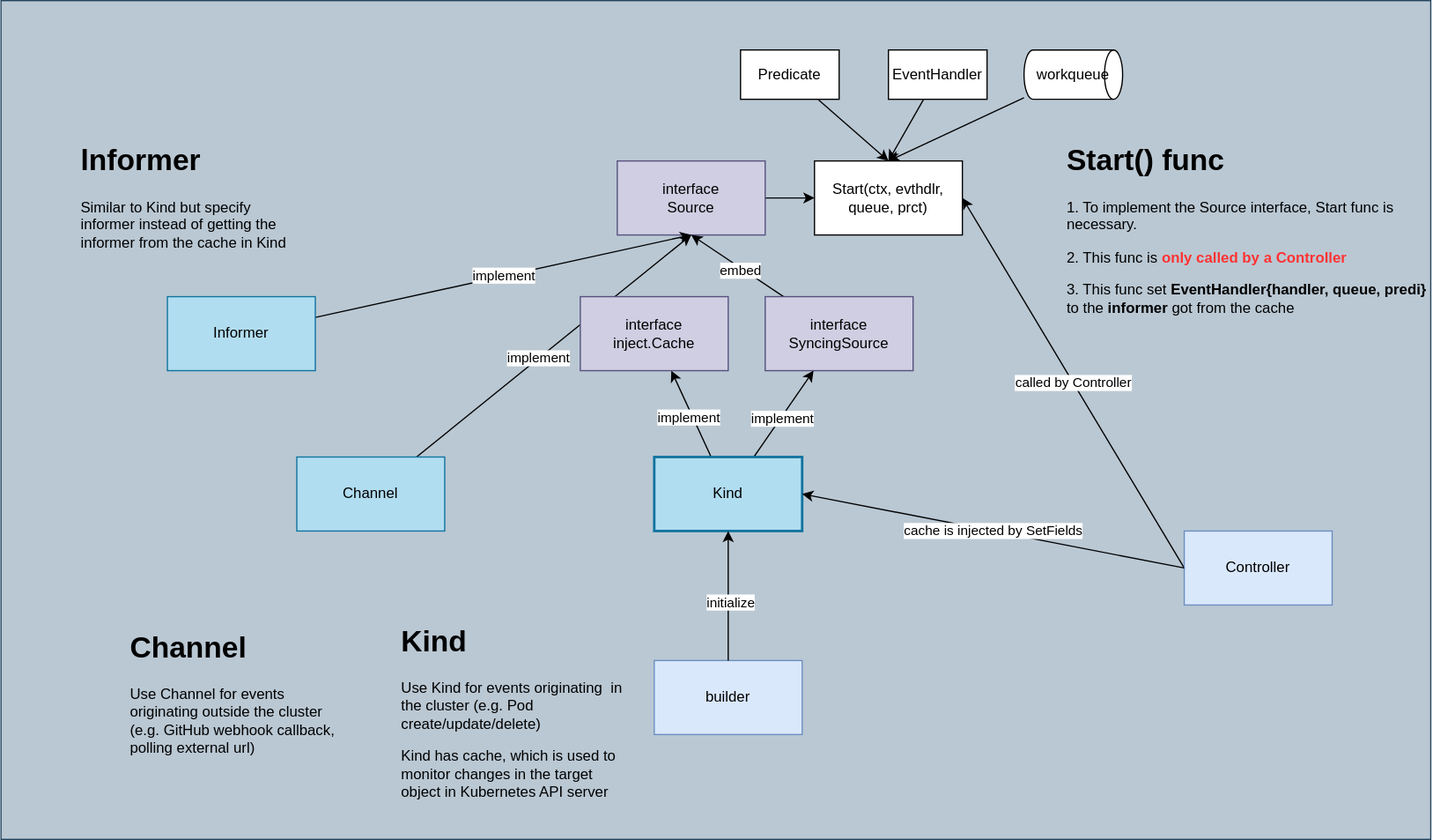
This is contents/kubernetes-operator/controller-runtime/source/diagram.drawio.svg from nakamasato/kubernetes-training, a draw.io export, as it was before one commit. Source tidied: cells renumbered, new cells last; positions are measured from the earlier drawing's top-left corner, leaving out a move shared by most shapes.
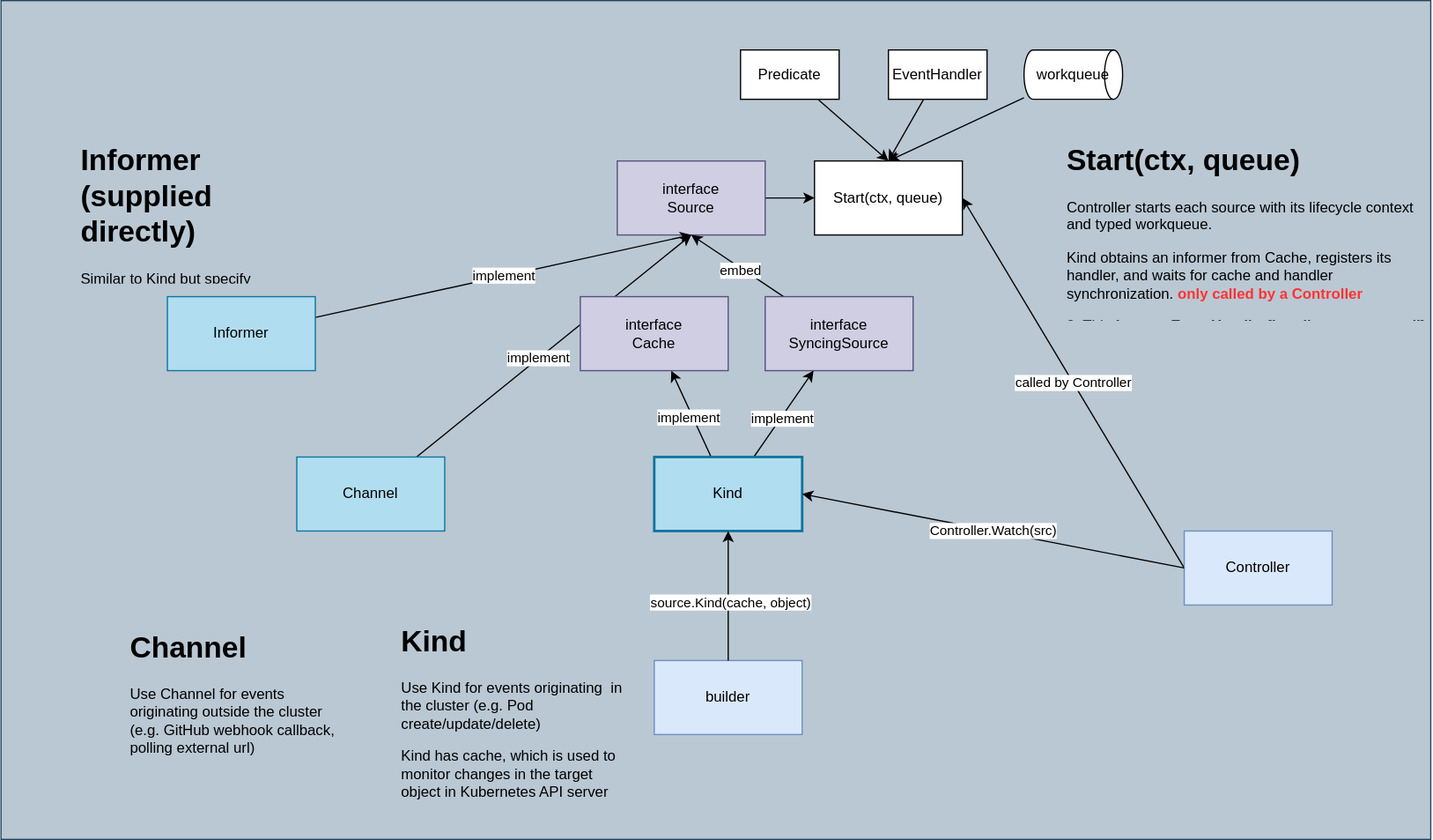
Above is the later version.

What changed in the source:
```diff
@@ -52,7 +52,7 @@
     <mxCell id="17" value="Kind" style="rounded=0;whiteSpace=wrap;html=1;fillColor=#b1ddf0;strokeColor=#10739e;strokeWidth=2;" parent="1" vertex="1">
       <mxGeometry x="530" y="370" width="120" height="60" as="geometry" />
     </mxCell>
-    <mxCell id="18" value="interface&lt;br&gt;inject.Cache" style="rounded=0;whiteSpace=wrap;html=1;fillColor=#d0cee2;strokeColor=#56517e;" parent="1" vertex="1">
+    <mxCell id="18" value="Cache" style="rounded=0;whiteSpace=wrap;html=1;fillColor=#d0cee2;strokeColor=#56517e;" parent="1" vertex="1">
       <mxGeometry x="470" y="240" width="120" height="60" as="geometry" />
     </mxCell>
     <mxCell id="19" value="&lt;h1&gt;Kind&lt;/h1&gt;&lt;p&gt;Use Kind for events originating&amp;nbsp; in the cluster (e.g. Pod create/update/delete)&lt;/p&gt;&lt;p&gt;Kind has cache, which is used to monitor changes in the target object in Kubernetes API server&lt;/p&gt;" style="text;html=1;strokeColor=none;fillColor=none;spacing=5;spacingTop=-20;whiteSpace=wrap;overflow=hidden;rounded=0;" parent="1" vertex="1">
@@ -79,10 +79,10 @@
     <mxCell id="26" value="EventHandler" style="rounded=0;whiteSpace=wrap;html=1;" parent="1" vertex="1">
       <mxGeometry x="720" y="40" width="80" height="40" as="geometry" />
     </mxCell>
-    <mxCell id="27" value="Start(ctx, evthdlr, queue, prct)" style="rounded=0;whiteSpace=wrap;html=1;" parent="1" vertex="1">
+    <mxCell id="27" value="Start(ctx, queue)" style="rounded=0;whiteSpace=wrap;html=1;" parent="1" vertex="1">
       <mxGeometry x="660" y="130" width="120" height="60" as="geometry" />
     </mxCell>
-    <mxCell id="28" value="&lt;h1&gt;Start() func&lt;/h1&gt;&lt;p&gt;1. To implement the Source interface, Start func is necessary.&lt;/p&gt;&lt;p&gt;2. This func is &lt;b&gt;&lt;font color=&quot;#ff3333&quot;&gt;only called by a Controller&lt;/font&gt;&lt;/b&gt;&lt;/p&gt;&lt;p&gt;3. This func set &lt;b&gt;EventHandler{handler, queue, predi} &lt;/b&gt;to the &lt;b&gt;informer&lt;/b&gt; got from the cache&lt;/p&gt;" style="text;html=1;strokeColor=none;fillColor=none;spacing=5;spacingTop=-20;whiteSpace=wrap;overflow=hidden;rounded=0;" parent="1" vertex="1">
+    <mxCell id="28" value="&lt;h1&gt;Start(ctx, queue)&lt;/h1&gt;&lt;p&gt;Controller starts each source with its lifecycle context and typed workqueue.&lt;/p&gt;&lt;p&gt;Kind obtains an informer from Cache, registers its handler, and waits for cache and handler synchronization.&lt;/p&gt;" style="text;html=1;strokeColor=none;fillColor=none;spacing=5;spacingTop=-20;whiteSpace=wrap;overflow=hidden;rounded=0;" parent="1" vertex="1">
       <mxGeometry x="860" y="110" width="300" height="150" as="geometry" />
     </mxCell>
     <mxCell id="29" value="called by Controller" style="edgeStyle=none;html=1;entryX=1;entryY=0.5;entryDx=0;entryDy=0;exitX=0;exitY=0.5;exitDx=0;exitDy=0;" parent="1" edge="1" source="30" target="27">
@@ -94,16 +94,16 @@
     <mxCell id="31" value="builder" style="rounded=0;whiteSpace=wrap;html=1;fillColor=#dae8fc;strokeColor=#6c8ebf;" parent="1" vertex="1">
       <mxGeometry x="530" y="535" width="120" height="60" as="geometry" />
     </mxCell>
-    <mxCell id="32" value="cache is injected by SetFields" style="edgeStyle=none;html=1;entryX=1;entryY=0.5;entryDx=0;entryDy=0;exitX=0;exitY=0.5;exitDx=0;exitDy=0;" parent="1" edge="1" source="30" target="17">
+    <mxCell id="32" value="Controller.Watch(src)" style="edgeStyle=none;html=1;entryX=1;entryY=0.5;entryDx=0;entryDy=0;exitX=0;exitY=0.5;exitDx=0;exitDy=0;" parent="1" edge="1" source="30" target="17">
       <mxGeometry relative="1" as="geometry" />
     </mxCell>
     <mxCell id="33" style="edgeStyle=none;html=1;entryX=0.5;entryY=1;entryDx=0;entryDy=0;" parent="1" edge="1" source="31" target="17">
       <mxGeometry relative="1" as="geometry" />
     </mxCell>
-    <mxCell id="34" value="initialize" style="edgeLabel;html=1;align=center;verticalAlign=middle;" parent="33" vertex="1">
+    <mxCell id="34" value="source.Kind(cache, object)" style="edgeLabel;html=1;align=center;verticalAlign=middle;" parent="33" vertex="1">
       <mxGeometry x="-0.09" y="-1" relative="1" as="geometry" />
     </mxCell>
-    <mxCell id="35" value="&lt;h1&gt;lnformer&lt;/h1&gt;&lt;p&gt;Similar to Kind but specify informer instead of getting the informer from the cache in Kind&lt;/p&gt;" style="text;html=1;strokeColor=none;fillColor=none;spacing=5;spacingTop=-20;whiteSpace=wrap;overflow=hidden;rounded=0;" parent="1" vertex="1">
+    <mxCell id="35" value="Informer (supplied directly)" style="text;html=1;strokeColor=none;fillColor=none;spacing=5;spacingTop=-20;whiteSpace=wrap;overflow=hidden;rounded=0;" parent="1" vertex="1">
       <mxGeometry x="60" y="110" width="190" height="120" as="geometry" />
     </mxCell>
   </root>
```
